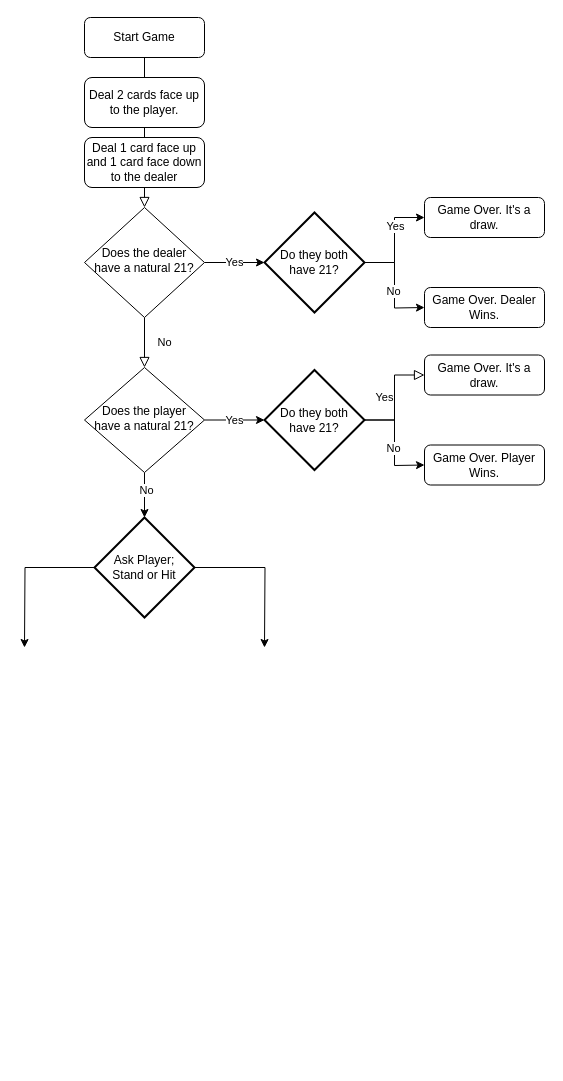
The draw.io diagram BlackJack.drawio in DavidMeldarion/FlowCharts, before the edit. Source tidied: cells renumbered, new cells numbered last; positions are measured from the earlier drawing's top-left corner, leaving out a move shared by most shapes. Both pictures are drawn from the tidied source at 100%, with x=0, y=0 at pixel (24, 17).
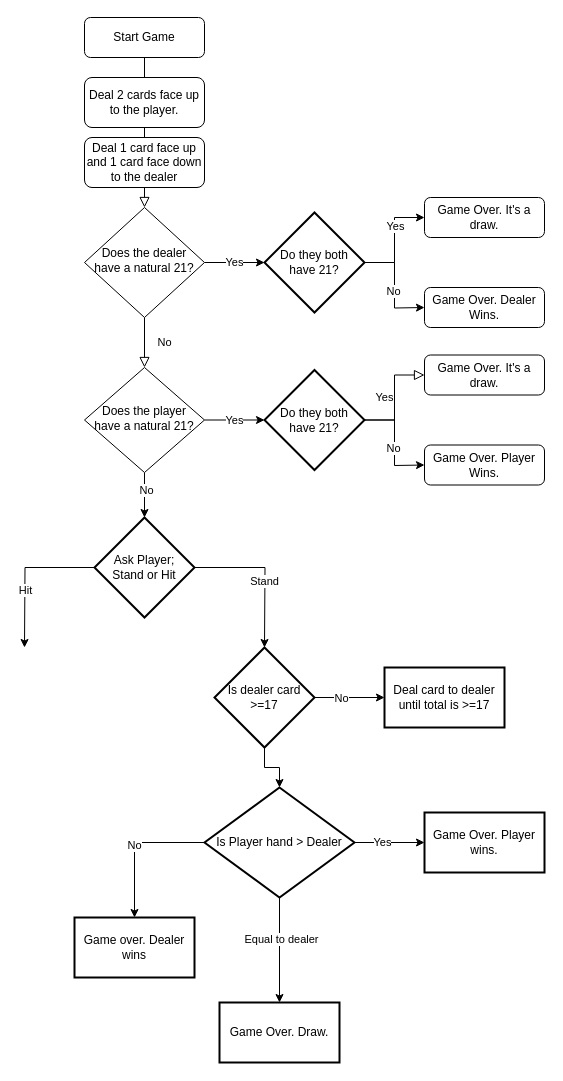
Above is the later version.

The change refers to these unchanged cells:
```xml
<mxCell id="26" style="edgeStyle=orthogonalEdgeStyle;rounded=0;jettySize=auto;html=1;exitX=0;exitY=0.5;exitDx=0;exitDy=0;exitPerimeter=0;" parent="1" edge="1" source="28">
  <mxGeometry relative="1" as="geometry">
    <mxPoint y="630" as="targetPoint" />
  </mxGeometry>
</mxCell>
<mxCell id="27" style="edgeStyle=orthogonalEdgeStyle;rounded=0;jettySize=auto;html=1;exitX=1;exitY=0.5;exitDx=0;exitDy=0;exitPerimeter=0;" parent="1" edge="1" source="28">
  <mxGeometry relative="1" as="geometry">
    <mxPoint x="240" y="630" as="targetPoint" />
  </mxGeometry>
</mxCell>
```

Change to the diagram source:
```diff
@@
+    <mxCell id="29" value="Hit" style="edgeLabel;html=1;align=center;verticalAlign=middle;" parent="26" vertex="1">
+      <mxGeometry x="0.23" relative="1" as="geometry" />
+    </mxCell>
@@
+    <mxCell id="30" value="Stand" style="edgeLabel;html=1;align=center;verticalAlign=middle;" parent="27" vertex="1">
+      <mxGeometry x="0.12" y="-1" relative="1" as="geometry" />
+    </mxCell>
@@
+    <mxCell id="31" style="edgeStyle=orthogonalEdgeStyle;rounded=0;jettySize=auto;html=1;" parent="1" edge="1" source="34" target="35">
+      <mxGeometry relative="1" as="geometry" />
+    </mxCell>
+    <mxCell id="32" value="No" style="edgeLabel;html=1;align=center;verticalAlign=middle;" parent="31" vertex="1">
+      <mxGeometry x="-0.26" relative="1" as="geometry" />
+    </mxCell>
+    <mxCell id="33" style="edgeStyle=orthogonalEdgeStyle;rounded=0;jettySize=auto;html=1;" parent="1" edge="1" source="34" target="42">
+      <mxGeometry relative="1" as="geometry" />
+    </mxCell>
+    <mxCell id="34" value="Is dealer card&lt;br&gt;&amp;gt;=17" style="strokeWidth=2;html=1;shape=mxgraph.flowchart.decision;whiteSpace=wrap;" parent="1" vertex="1">
+      <mxGeometry x="190" y="630" width="100" height="100" as="geometry" />
+    </mxCell>
+    <mxCell id="35" value="Deal card to dealer until total is &amp;gt;=17" style="whiteSpace=wrap;html=1;strokeWidth=2;" parent="1" vertex="1">
+      <mxGeometry x="360" y="650" width="120" height="60" as="geometry" />
+    </mxCell>
+    <mxCell id="36" style="edgeStyle=orthogonalEdgeStyle;rounded=0;jettySize=auto;html=1;" parent="1" edge="1" source="42" target="43">
+      <mxGeometry relative="1" as="geometry" />
+    </mxCell>
+    <mxCell id="37" value="Yes" style="edgeLabel;html=1;align=center;verticalAlign=middle;" parent="36" vertex="1">
+      <mxGeometry x="-0.23" y="1" relative="1" as="geometry" />
+    </mxCell>
+    <mxCell id="38" style="edgeStyle=orthogonalEdgeStyle;rounded=0;jettySize=auto;html=1;" parent="1" edge="1" source="42" target="44">
+      <mxGeometry relative="1" as="geometry" />
+    </mxCell>
+    <mxCell id="39" value="Equal to dealer" style="edgeLabel;html=1;align=center;verticalAlign=middle;" parent="38" vertex="1">
+      <mxGeometry x="-0.22" y="1" relative="1" as="geometry" />
+    </mxCell>
+    <mxCell id="40" style="edgeStyle=orthogonalEdgeStyle;rounded=0;jettySize=auto;html=1;" parent="1" edge="1" source="42" target="45">
+      <mxGeometry relative="1" as="geometry" />
+    </mxCell>
+    <mxCell id="41" value="No" style="edgeLabel;html=1;align=center;verticalAlign=middle;" parent="40" vertex="1">
+      <mxGeometry x="-0.01" y="-1" relative="1" as="geometry" />
+    </mxCell>
+    <mxCell id="42" value="Is Player hand &amp;gt; Dealer" style="rhombus;whiteSpace=wrap;html=1;strokeWidth=2;" parent="1" vertex="1">
+      <mxGeometry x="180" y="770" width="150" height="110" as="geometry" />
+    </mxCell>
+    <mxCell id="43" value="Game Over. Player wins." style="whiteSpace=wrap;html=1;strokeWidth=2;" parent="1" vertex="1">
+      <mxGeometry x="400" y="795" width="120" height="60" as="geometry" />
+    </mxCell>
+    <mxCell id="44" value="Game Over. Draw." style="whiteSpace=wrap;html=1;strokeWidth=2;" parent="1" vertex="1">
+      <mxGeometry x="195" y="985" width="120" height="60" as="geometry" />
+    </mxCell>
+    <mxCell id="45" value="Game over. Dealer wins" style="whiteSpace=wrap;html=1;strokeWidth=2;" parent="1" vertex="1">
+      <mxGeometry x="50" y="900" width="120" height="60" as="geometry" />
+    </mxCell>
```
